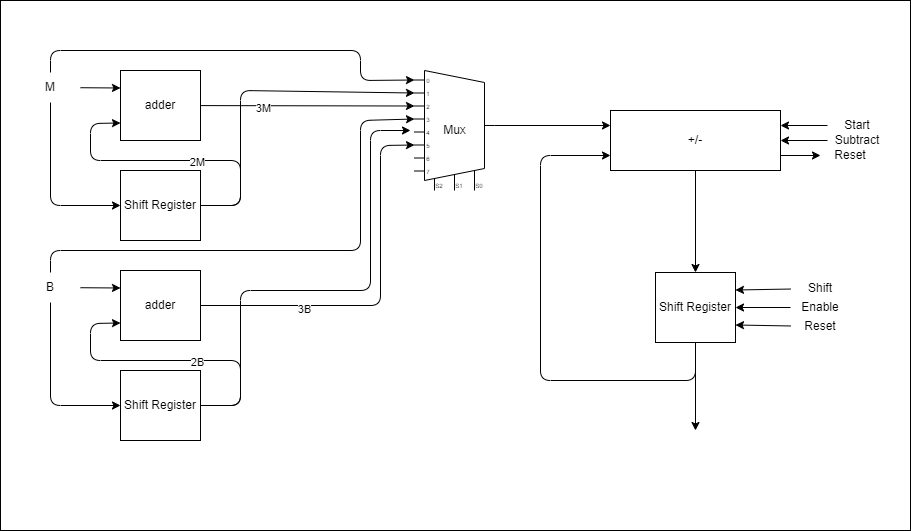
Earlier version of the draw.io export montgomery.png (Tfloow/Montgomery). Source tidied: cells renumbered, new cells last; positions are measured from the earlier drawing's top-left corner, leaving out a move shared by most shapes. Its diagram source:
```xml
<mxGraphModel>
  <root>
    <mxCell id="0" />
    <mxCell id="1" parent="0" />
    <mxCell id="2" style="rounded=0;whiteSpace=wrap;html=1;" parent="1" vertex="1">
      <mxGeometry width="910" height="530" as="geometry" />
    </mxCell>
    <mxCell id="3" style="edgeStyle=none;html=1;entryX=0;entryY=0.25;entryDx=0;entryDy=0;exitX=1;exitY=0.5;exitDx=0;exitDy=-5;exitPerimeter=0;" parent="1" edge="1" source="4" target="29">
      <mxGeometry relative="1" as="geometry" />
    </mxCell>
    <mxCell id="4" value="Mux" style="shadow=0;dashed=0;align=center;html=1;strokeWidth=1;shape=mxgraph.electrical.abstract.mux2;selectorPins=3;" parent="1" vertex="1">
      <mxGeometry x="414" y="70" width="80" height="120" as="geometry" />
    </mxCell>
    <mxCell id="5" style="edgeStyle=none;html=1;entryX=0;entryY=0.27083333333333337;entryDx=0;entryDy=3;entryPerimeter=0;" parent="1" edge="1" source="7" target="4">
      <mxGeometry relative="1" as="geometry" />
    </mxCell>
    <mxCell id="6" value="3M" style="edgeLabel;html=1;align=center;verticalAlign=middle;" parent="5" vertex="1">
      <mxGeometry x="-0.41" y="-2" relative="1" as="geometry" />
    </mxCell>
    <mxCell id="7" value="adder" style="rounded=0;whiteSpace=wrap;html=1;" parent="1" vertex="1">
      <mxGeometry x="120" y="70" width="80" height="70" as="geometry" />
    </mxCell>
    <mxCell id="8" style="edgeStyle=none;html=1;entryX=0;entryY=0.75;entryDx=0;entryDy=0;" parent="1" edge="1" source="11" target="7">
      <mxGeometry relative="1" as="geometry">
        <Array as="points">
          <mxPoint x="240" y="205" />
          <mxPoint x="240" y="160" />
          <mxPoint x="90" y="160" />
          <mxPoint x="90" y="123" />
        </Array>
      </mxGeometry>
    </mxCell>
    <mxCell id="9" value="2M" style="edgeLabel;html=1;align=center;verticalAlign=middle;" parent="8" vertex="1">
      <mxGeometry x="-0.15" y="1" relative="1" as="geometry" />
    </mxCell>
    <mxCell id="10" style="edgeStyle=none;html=1;entryX=0;entryY=0.1625;entryDx=0;entryDy=3;entryPerimeter=0;" parent="1" edge="1" source="11" target="4">
      <mxGeometry relative="1" as="geometry">
        <Array as="points">
          <mxPoint x="240" y="205" />
          <mxPoint x="240" y="90" />
        </Array>
      </mxGeometry>
    </mxCell>
    <mxCell id="11" value="Shift Register" style="rounded=0;whiteSpace=wrap;html=1;" parent="1" vertex="1">
      <mxGeometry x="120" y="170" width="80" height="70" as="geometry" />
    </mxCell>
    <mxCell id="12" style="edgeStyle=none;html=1;entryX=0;entryY=0.25;entryDx=0;entryDy=0;" parent="1" edge="1" source="15" target="7">
      <mxGeometry relative="1" as="geometry" />
    </mxCell>
    <mxCell id="13" style="edgeStyle=none;html=1;entryX=0;entryY=0.5;entryDx=0;entryDy=0;" parent="1" edge="1" source="15" target="11">
      <mxGeometry relative="1" as="geometry">
        <Array as="points">
          <mxPoint x="50" y="205" />
        </Array>
      </mxGeometry>
    </mxCell>
    <mxCell id="14" style="edgeStyle=none;html=1;entryX=0;entryY=0.05416666666666667;entryDx=0;entryDy=3;entryPerimeter=0;" parent="1" edge="1" source="15" target="4">
      <mxGeometry relative="1" as="geometry">
        <Array as="points">
          <mxPoint x="50" y="50" />
          <mxPoint x="360" y="50" />
          <mxPoint x="360" y="80" />
        </Array>
      </mxGeometry>
    </mxCell>
    <mxCell id="15" value="M" style="text;html=1;strokeColor=none;fillColor=none;align=center;verticalAlign=middle;whiteSpace=wrap;rounded=0;" parent="1" vertex="1">
      <mxGeometry x="20" y="72" width="60" height="30" as="geometry" />
    </mxCell>
    <mxCell id="16" style="edgeStyle=none;html=1;entryX=0;entryY=0.5958333333333334;entryDx=0;entryDy=3;entryPerimeter=0;" parent="1" edge="1" source="18" target="4">
      <mxGeometry relative="1" as="geometry">
        <Array as="points">
          <mxPoint x="380" y="305" />
          <mxPoint x="380" y="145" />
        </Array>
      </mxGeometry>
    </mxCell>
    <mxCell id="17" value="3B" style="edgeLabel;html=1;align=center;verticalAlign=middle;" parent="16" vertex="1">
      <mxGeometry x="-0.45" y="-3" relative="1" as="geometry" />
    </mxCell>
    <mxCell id="18" value="adder" style="rounded=0;whiteSpace=wrap;html=1;" parent="1" vertex="1">
      <mxGeometry x="120" y="270" width="80" height="70" as="geometry" />
    </mxCell>
    <mxCell id="19" style="edgeStyle=none;html=1;entryX=0;entryY=0.75;entryDx=0;entryDy=0;" parent="1" edge="1" source="22" target="18">
      <mxGeometry relative="1" as="geometry">
        <Array as="points">
          <mxPoint x="240" y="405" />
          <mxPoint x="240" y="360" />
          <mxPoint x="90" y="360" />
          <mxPoint x="90" y="323" />
        </Array>
      </mxGeometry>
    </mxCell>
    <mxCell id="20" value="2B" style="edgeLabel;html=1;align=center;verticalAlign=middle;" parent="19" vertex="1">
      <mxGeometry x="-0.15" y="1" relative="1" as="geometry" />
    </mxCell>
    <mxCell id="21" style="edgeStyle=none;html=1;" parent="1" edge="1" source="22">
      <mxGeometry relative="1" as="geometry">
        <mxPoint x="410" y="130" as="targetPoint" />
        <Array as="points">
          <mxPoint x="240" y="405" />
          <mxPoint x="240" y="290" />
          <mxPoint x="370" y="290" />
          <mxPoint x="370" y="130" />
        </Array>
      </mxGeometry>
    </mxCell>
    <mxCell id="22" value="Shift Register" style="rounded=0;whiteSpace=wrap;html=1;" parent="1" vertex="1">
      <mxGeometry x="120" y="370" width="80" height="70" as="geometry" />
    </mxCell>
    <mxCell id="23" style="edgeStyle=none;html=1;entryX=0;entryY=0.25;entryDx=0;entryDy=0;" parent="1" edge="1" source="26" target="18">
      <mxGeometry relative="1" as="geometry" />
    </mxCell>
    <mxCell id="24" style="edgeStyle=none;html=1;entryX=0;entryY=0.5;entryDx=0;entryDy=0;startArrow=none;exitX=0.5;exitY=1;exitDx=0;exitDy=0;" parent="1" edge="1" source="26" target="22">
      <mxGeometry relative="1" as="geometry">
        <Array as="points">
          <mxPoint x="50" y="405" />
        </Array>
      </mxGeometry>
    </mxCell>
    <mxCell id="25" style="edgeStyle=none;html=1;entryX=0;entryY=0.3791666666666667;entryDx=0;entryDy=3;entryPerimeter=0;" parent="1" edge="1" source="26" target="4">
      <mxGeometry relative="1" as="geometry">
        <Array as="points">
          <mxPoint x="50" y="250" />
          <mxPoint x="360" y="250" />
          <mxPoint x="360" y="120" />
        </Array>
      </mxGeometry>
    </mxCell>
    <mxCell id="26" value="B" style="text;html=1;strokeColor=none;fillColor=none;align=center;verticalAlign=middle;whiteSpace=wrap;rounded=0;" parent="1" vertex="1">
      <mxGeometry x="20" y="272" width="60" height="30" as="geometry" />
    </mxCell>
    <mxCell id="27" style="edgeStyle=none;html=1;entryX=0.5;entryY=0;entryDx=0;entryDy=0;" parent="1" edge="1" source="29" target="32">
      <mxGeometry relative="1" as="geometry" />
    </mxCell>
    <mxCell id="28" style="edgeStyle=none;html=1;exitX=1;exitY=0.75;exitDx=0;exitDy=0;entryX=0;entryY=0.5;entryDx=0;entryDy=0;" parent="1" edge="1" source="29" target="41">
      <mxGeometry relative="1" as="geometry" />
    </mxCell>
    <mxCell id="29" value="+/-" style="rounded=0;whiteSpace=wrap;html=1;" parent="1" vertex="1">
      <mxGeometry x="610" y="110" width="170" height="60" as="geometry" />
    </mxCell>
    <mxCell id="30" style="edgeStyle=none;html=1;" parent="1" edge="1" source="32">
      <mxGeometry relative="1" as="geometry">
        <mxPoint x="695" y="430" as="targetPoint" />
      </mxGeometry>
    </mxCell>
    <mxCell id="31" style="edgeStyle=none;html=1;entryX=0;entryY=0.75;entryDx=0;entryDy=0;" parent="1" edge="1" source="32" target="29">
      <mxGeometry relative="1" as="geometry">
        <Array as="points">
          <mxPoint x="695" y="380" />
          <mxPoint x="540" y="380" />
          <mxPoint x="540" y="155" />
        </Array>
      </mxGeometry>
    </mxCell>
    <mxCell id="32" value="Shift Register" style="rounded=0;whiteSpace=wrap;html=1;" parent="1" vertex="1">
      <mxGeometry x="655" y="272" width="80" height="70" as="geometry" />
    </mxCell>
    <mxCell id="33" style="edgeStyle=none;html=1;entryX=1;entryY=0.25;entryDx=0;entryDy=0;" parent="1" edge="1" source="34" target="32">
      <mxGeometry relative="1" as="geometry" />
    </mxCell>
    <mxCell id="34" value="Shift" style="text;html=1;strokeColor=none;fillColor=none;align=center;verticalAlign=middle;whiteSpace=wrap;rounded=0;" parent="1" vertex="1">
      <mxGeometry x="790" y="273" width="60" height="30" as="geometry" />
    </mxCell>
    <mxCell id="35" style="edgeStyle=none;html=1;entryX=1;entryY=0.75;entryDx=0;entryDy=0;" parent="1" edge="1" source="36" target="32">
      <mxGeometry relative="1" as="geometry" />
    </mxCell>
    <mxCell id="36" value="Reset" style="text;html=1;strokeColor=none;fillColor=none;align=center;verticalAlign=middle;whiteSpace=wrap;rounded=0;" parent="1" vertex="1">
      <mxGeometry x="790" y="311" width="60" height="30" as="geometry" />
    </mxCell>
    <mxCell id="37" style="edgeStyle=none;html=1;entryX=1;entryY=0.5;entryDx=0;entryDy=0;" parent="1" edge="1" source="38" target="32">
      <mxGeometry relative="1" as="geometry" />
    </mxCell>
    <mxCell id="38" value="Enable" style="text;html=1;strokeColor=none;fillColor=none;align=center;verticalAlign=middle;whiteSpace=wrap;rounded=0;" parent="1" vertex="1">
      <mxGeometry x="790" y="292" width="60" height="30" as="geometry" />
    </mxCell>
    <mxCell id="39" style="edgeStyle=none;html=1;entryX=1;entryY=0.25;entryDx=0;entryDy=0;" parent="1" edge="1" source="40" target="29">
      <mxGeometry relative="1" as="geometry" />
    </mxCell>
    <mxCell id="40" value="Start" style="text;html=1;strokeColor=none;fillColor=none;align=center;verticalAlign=middle;whiteSpace=wrap;rounded=0;" parent="1" vertex="1">
      <mxGeometry x="827" y="110" width="60" height="30" as="geometry" />
    </mxCell>
    <mxCell id="41" value="Reset" style="text;html=1;strokeColor=none;fillColor=none;align=center;verticalAlign=middle;whiteSpace=wrap;rounded=0;" parent="1" vertex="1">
      <mxGeometry x="820" y="140" width="60" height="30" as="geometry" />
    </mxCell>
    <mxCell id="42" style="edgeStyle=none;html=1;entryX=1;entryY=0.5;entryDx=0;entryDy=0;" parent="1" edge="1" source="43" target="29">
      <mxGeometry relative="1" as="geometry" />
    </mxCell>
    <mxCell id="43" value="Subtract" style="text;html=1;strokeColor=none;fillColor=none;align=center;verticalAlign=middle;whiteSpace=wrap;rounded=0;" parent="1" vertex="1">
      <mxGeometry x="827" y="125" width="60" height="30" as="geometry" />
    </mxCell>
  </root>
</mxGraphModel>
```
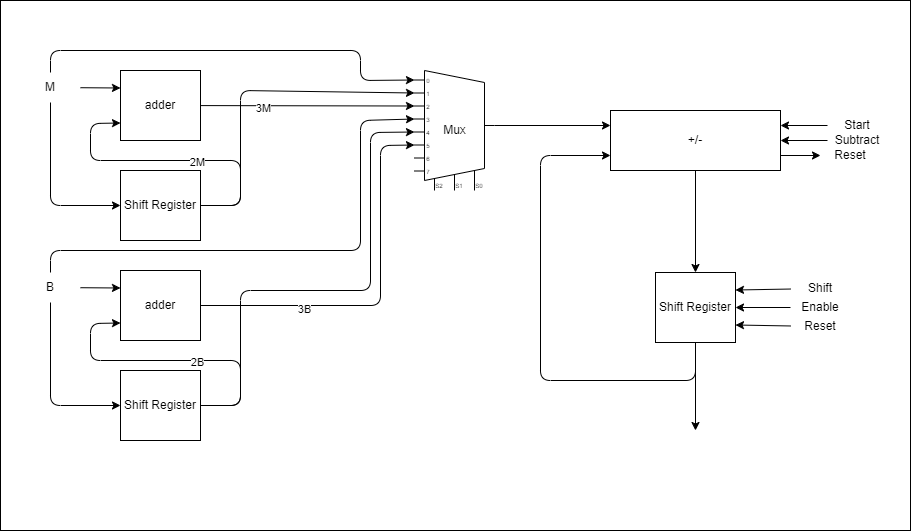
After the commit.

What changed in the source:
```diff
@@ -93,14 +93,13 @@
     <mxCell id="20" value="2B" style="edgeLabel;html=1;align=center;verticalAlign=middle;" parent="19" vertex="1">
       <mxGeometry x="-0.15" y="1" relative="1" as="geometry" />
     </mxCell>
-    <mxCell id="21" style="edgeStyle=none;html=1;" parent="1" edge="1" source="22">
+    <mxCell id="21" style="edgeStyle=none;html=1;entryX=0;entryY=0.48750000000000004;entryDx=0;entryDy=3;entryPerimeter=0;" parent="1" edge="1" source="22" target="4">
       <mxGeometry relative="1" as="geometry">
-        <mxPoint x="410" y="130" as="targetPoint" />
         <Array as="points">
           <mxPoint x="240" y="405" />
           <mxPoint x="240" y="290" />
           <mxPoint x="370" y="290" />
-          <mxPoint x="370" y="130" />
+          <mxPoint x="370" y="132" />
         </Array>
       </mxGeometry>
     </mxCell>
```
